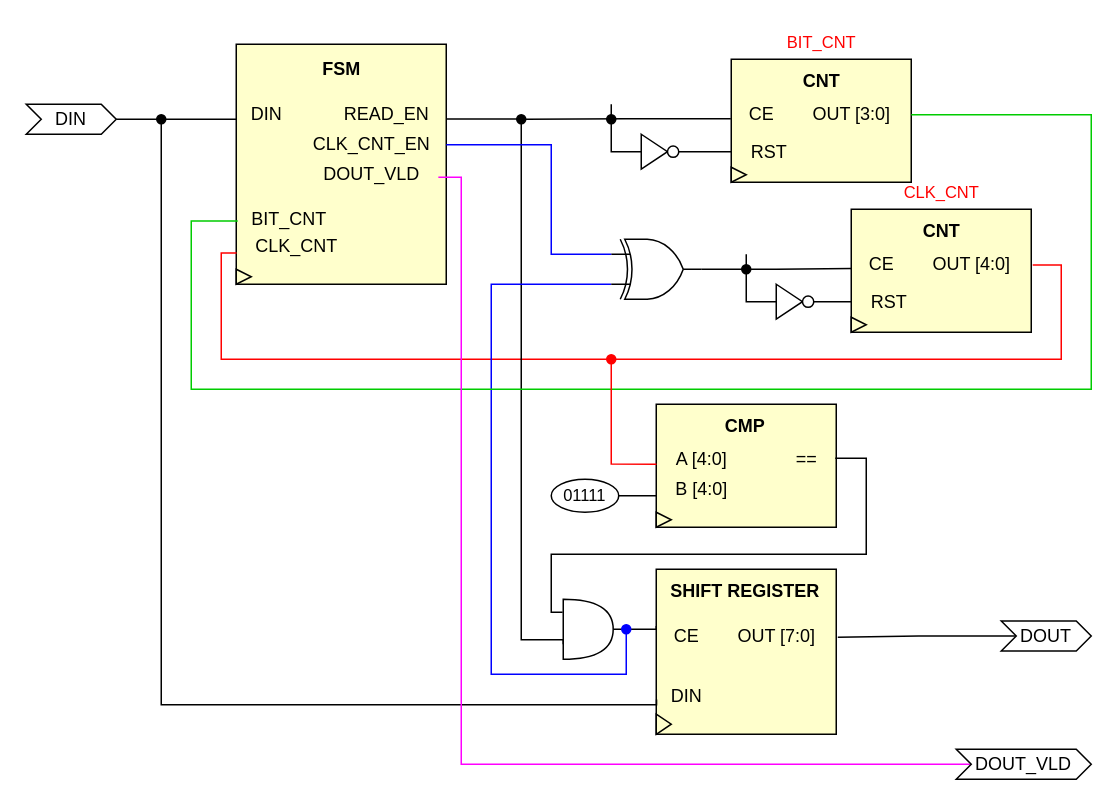
Before: INC_RTL.drawio in ArturSultanov/inc_project, a draw.io diagram. Source tidied: cells renumbered, new cells numbered last; positions are measured from the earlier drawing's top-left corner, leaving out a move shared by most shapes. Both pictures are drawn from the tidied source at 150%, with x=0, y=0 at pixel (26, 26).
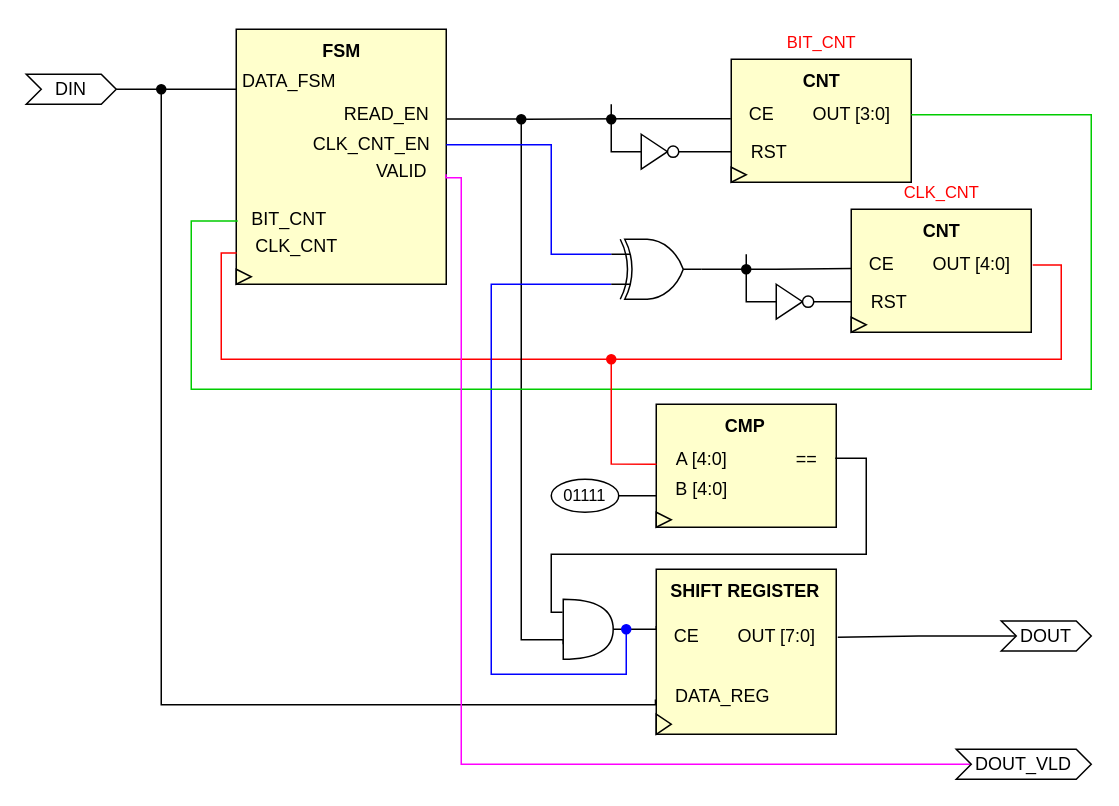
Above is the later version.

The change refers to these unchanged cells:
```xml
<mxCell id="2" style="group;" parent="1" vertex="1">
  <mxGeometry x="100" y="22" width="500" height="462" as="geometry" />
</mxCell>
<mxCell id="3" style="group;" parent="2" vertex="1">
  <mxGeometry x="30" width="155" height="150" as="geometry" />
</mxCell>
<mxCell id="18" style="group;" parent="15" vertex="1">
  <mxGeometry x="70" width="140" height="110" as="geometry" />
</mxCell>
```

Change to the diagram source:
```diff
@@
     <mxCell id="4" style="rounded=0;whiteSpace=wrap;html=1;fillColor=#FFFFCC;" parent="3" vertex="1">
-      <mxGeometry x="10" y="-10" width="140" height="160" as="geometry" />
+      <mxGeometry x="10" y="-20" width="140" height="170" as="geometry" />
     </mxCell>
-    <mxCell id="5" value="&lt;b&gt;FSM&lt;/b&gt;" style="text;html=1;align=center;verticalAlign=middle;strokeColor=none;fillColor=none;" parent="3" vertex="1">
-      <mxGeometry x="55" y="-8" width="50" height="30" as="geometry" />
-    </mxCell>
-    <mxCell id="6" value="DIN" style="text;html=1;align=center;verticalAlign=middle;strokeColor=none;fillColor=none;" parent="3" vertex="1">
-      <mxGeometry x="10" y="22" width="40" height="30" as="geometry" />
+    <mxCell id="6" value="DATA_FSM" style="text;html=1;align=center;verticalAlign=middle;strokeColor=none;fillColor=none;" parent="3" vertex="1">
+      <mxGeometry width="90" height="30" as="geometry" />
     </mxCell>
@@
-    <mxCell id="9" value="DOUT_VLD" style="text;html=1;align=center;verticalAlign=middle;points=[];strokeColor=none;fillColor=none;" parent="3" vertex="1">
-      <mxGeometry x="55" y="62" width="90" height="30" as="geometry" />
+    <mxCell id="9" value="VALID" style="text;html=1;align=center;verticalAlign=middle;points=[];strokeColor=none;fillColor=none;" parent="3" vertex="1">
+      <mxGeometry x="90" y="60" width="60" height="30" as="geometry" />
     </mxCell>
@@
     <mxCell id="14" style="endArrow=none;html=1;rounded=0;strokeWidth=1;" parent="2" edge="1">
       <mxGeometry relative="1" as="geometry">
-        <mxPoint x="-40" y="40" as="sourcePoint" />
-        <mxPoint x="40" y="40" as="targetPoint" />
+        <mxPoint x="-40" y="20" as="sourcePoint" />
+        <mxPoint x="40" y="20" as="targetPoint" />
       </mxGeometry>
     </mxCell>
@@
     <mxCell id="22" style="edgeStyle=orthogonalEdgeStyle;rounded=0;jettySize=auto;html=1;strokeWidth=1;endArrow=oval;endFill=1;exitX=0.005;exitY=0.561;exitDx=0;exitDy=0;exitPerimeter=0;" parent="18" edge="1" source="25">
       <mxGeometry relative="1" as="geometry">
-        <mxPoint x="-320" y="-300" as="targetPoint" />
+        <mxPoint x="-320" y="-320" as="targetPoint" />
         <Array as="points">
           <mxPoint x="-320" y="90.4" />
         </Array>
       </mxGeometry>
     </mxCell>
@@
-    <mxCell id="25" value="DIN" style="text;html=1;align=center;verticalAlign=middle;points=[];strokeColor=none;fillColor=none;" parent="18" vertex="1">
-      <mxGeometry x="10" y="70" width="40" height="30" as="geometry" />
+    <mxCell id="25" value="DATA_REG" style="text;html=1;align=center;verticalAlign=middle;points=[];strokeColor=none;fillColor=none;" parent="18" vertex="1">
+      <mxGeometry x="9" y="70" width="90" height="30" as="geometry" />
     </mxCell>
@@
     <mxCell id="70" value="DIN" style="shape=step;perimeter=stepPerimeter;whiteSpace=wrap;html=1;fixedSize=1;size=10;" parent="1" vertex="1">
-      <mxGeometry y="52" width="60" height="20" as="geometry" />
+      <mxGeometry y="32" width="60" height="20" as="geometry" />
     </mxCell>
@@
+    <mxCell id="5" value="&lt;b&gt;FSM&lt;/b&gt;" style="text;html=1;align=center;verticalAlign=middle;strokeColor=none;fillColor=none;" parent="1" vertex="1">
+      <mxGeometry x="185" y="2" width="50" height="30" as="geometry" />
+    </mxCell>
```
